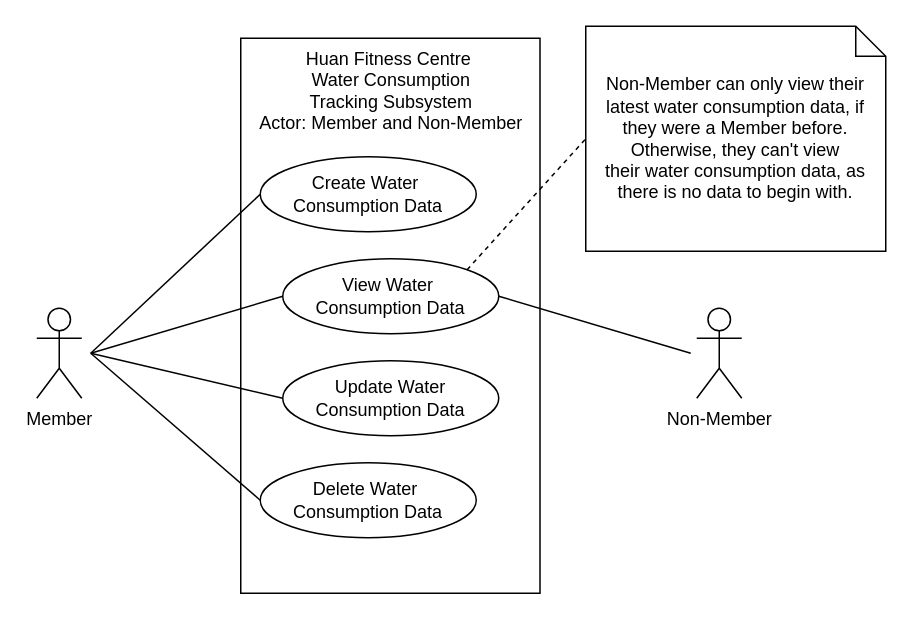
Earlier version of the draw.io diagram page "Water Consumption Tracking" (5 of 8) of diagrams/Use Case Diagram.drawio (iZ86/DIT2153WD). Source tidied: cells renumbered, new cells numbered last; positions are measured from the earlier drawing's top-left corner, leaving out a move shared by most shapes. Both pictures are drawn from the tidied source at 150%, with x=0, y=0 at pixel (36, 26).
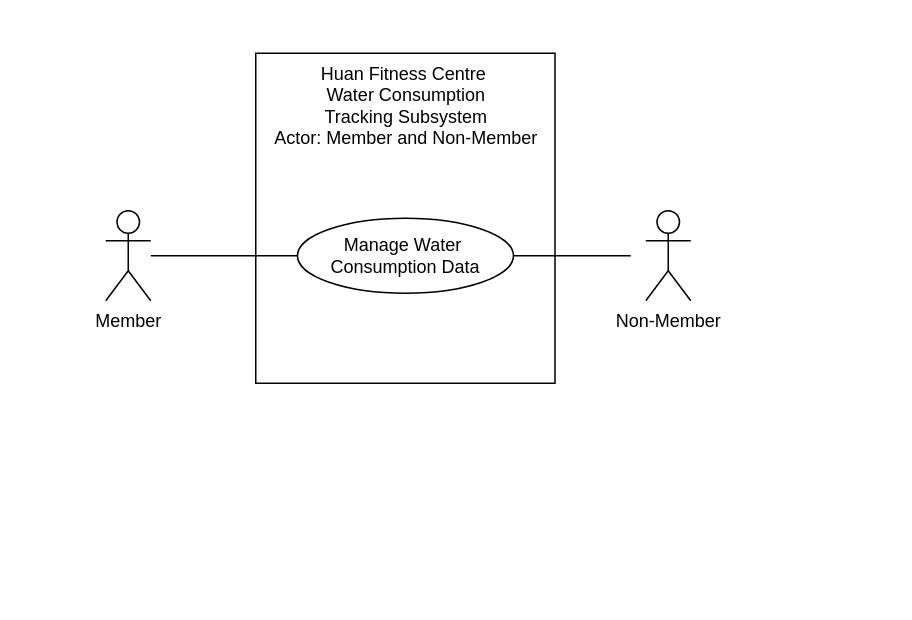
After the change.

Diff of the diagram source:
```diff
@@
-    <mxCell id="2" style="rounded=0;whiteSpace=wrap;html=1;" parent="1" vertex="1">
-      <mxGeometry x="136" y="8" width="199.5" height="370" as="geometry" />
-    </mxCell>
-    <mxCell id="3" value="&lt;div&gt;Create Water&amp;nbsp;&lt;/div&gt;&lt;div&gt;Consumption Data&lt;/div&gt;" style="ellipse;whiteSpace=wrap;html=1;" parent="1" vertex="1">
-      <mxGeometry x="149" y="87" width="144" height="50" as="geometry" />
-    </mxCell>
-    <mxCell id="4" value="&lt;div&gt;View Water&amp;nbsp;&lt;/div&gt;&lt;div&gt;Consumption Data&lt;/div&gt;" style="ellipse;whiteSpace=wrap;html=1;" parent="1" vertex="1">
-      <mxGeometry x="164" y="155" width="144" height="50" as="geometry" />
-    </mxCell>
-    <mxCell id="5" value="Update Water Consumption Data" style="ellipse;whiteSpace=wrap;html=1;" parent="1" vertex="1">
-      <mxGeometry x="164" y="223" width="144" height="50" as="geometry" />
-    </mxCell>
+    <mxCell id="17" style="rounded=0;whiteSpace=wrap;html=1;" parent="1" vertex="1">
+      <mxGeometry x="146" y="18" width="199.5" height="220" as="geometry" />
+    </mxCell>
     <mxCell id="6" value="&lt;div&gt;Huan Fitness Centre&amp;nbsp;&lt;/div&gt;&lt;div&gt;Water Consumption&lt;br&gt;&lt;/div&gt;&lt;div&gt;Tracking Subsystem&lt;/div&gt;&lt;div&gt;Actor: Member and Non-Member&lt;br&gt;&lt;/div&gt;" style="text;html=1;align=center;verticalAlign=middle;strokeColor=none;fillColor=none;" parent="1" vertex="1">
-      <mxGeometry x="136" y="8" width="200" height="70" as="geometry" />
+      <mxGeometry x="146" y="18" width="200" height="70" as="geometry" />
     </mxCell>
-    <mxCell id="7" value="&lt;div&gt;Delete Water&amp;nbsp;&lt;/div&gt;&lt;div&gt;Consumption Data&lt;/div&gt;" style="ellipse;whiteSpace=wrap;html=1;" parent="1" vertex="1">
-      <mxGeometry x="149" y="291" width="144" height="50" as="geometry" />
-    </mxCell>
-    <mxCell id="8" style="rounded=0;jettySize=auto;html=1;entryX=0;entryY=0.5;entryDx=0;entryDy=0;endArrow=none;endFill=0;" parent="1" edge="1" target="3">
-      <mxGeometry relative="1" as="geometry">
-        <mxPoint x="36" y="218" as="sourcePoint" />
-      </mxGeometry>
-    </mxCell>
-    <mxCell id="9" style="rounded=0;jettySize=auto;html=1;entryX=0;entryY=0.5;entryDx=0;entryDy=0;endArrow=none;endFill=0;" parent="1" edge="1" target="4">
-      <mxGeometry relative="1" as="geometry">
-        <mxPoint x="36" y="218" as="sourcePoint" />
-      </mxGeometry>
-    </mxCell>
-    <mxCell id="10" style="rounded=0;jettySize=auto;html=1;entryX=0;entryY=0.5;entryDx=0;entryDy=0;endArrow=none;endFill=0;" parent="1" edge="1" target="5">
-      <mxGeometry relative="1" as="geometry">
-        <mxPoint x="36" y="218" as="sourcePoint" />
-      </mxGeometry>
-    </mxCell>
-    <mxCell id="11" style="rounded=0;jettySize=auto;html=1;entryX=0;entryY=0.5;entryDx=0;entryDy=0;endArrow=none;endFill=0;" parent="1" edge="1" target="7">
-      <mxGeometry relative="1" as="geometry">
-        <mxPoint x="36" y="218" as="sourcePoint" />
-      </mxGeometry>
-    </mxCell>
+    <mxCell id="14" value="Non-Member" style="shape=umlActor;verticalLabelPosition=bottom;verticalAlign=top;html=1;" parent="1" vertex="1">
+      <mxGeometry x="406" y="123" width="30" height="60" as="geometry" />
+    </mxCell>
+    <mxCell id="18" style="rounded=0;jettySize=auto;html=1;endArrow=none;endFill=0;" parent="1" edge="1" source="19">
+      <mxGeometry relative="1" as="geometry">
+        <mxPoint x="396" y="153" as="targetPoint" />
+      </mxGeometry>
+    </mxCell>
+    <mxCell id="19" value="&lt;div&gt;Manage Water&amp;nbsp;&lt;/div&gt;&lt;div&gt;Consumption Data&lt;/div&gt;" style="ellipse;whiteSpace=wrap;html=1;" parent="1" vertex="1">
+      <mxGeometry x="173.8" y="128" width="144" height="50" as="geometry" />
+    </mxCell>
+    <mxCell id="20" style="rounded=0;jettySize=auto;html=1;entryX=0;entryY=0.5;entryDx=0;entryDy=0;endArrow=none;endFill=0;" parent="1" edge="1" target="19">
+      <mxGeometry relative="1" as="geometry">
+        <mxPoint x="76" y="153" as="sourcePoint" />
+      </mxGeometry>
+    </mxCell>
     <mxCell id="12" value="Member" style="shape=umlActor;verticalLabelPosition=bottom;verticalAlign=top;html=1;" parent="1" vertex="1">
-      <mxGeometry y="188" width="30" height="60" as="geometry" />
+      <mxGeometry x="46" y="123" width="30" height="60" as="geometry" />
     </mxCell>
-    <mxCell id="13" style="rounded=0;jettySize=auto;html=1;entryX=1;entryY=0.5;entryDx=0;entryDy=0;endArrow=none;endFill=0;" parent="1" edge="1" target="4">
-      <mxGeometry relative="1" as="geometry">
-        <mxPoint x="436" y="218" as="sourcePoint" />
-      </mxGeometry>
-    </mxCell>
-    <mxCell id="14" value="Non-Member" style="shape=umlActor;verticalLabelPosition=bottom;verticalAlign=top;html=1;" parent="1" vertex="1">
-      <mxGeometry x="440" y="188" width="30" height="60" as="geometry" />
-    </mxCell>
-    <mxCell id="15" value="Non-Member can only view their latest water consumption data, if they were a Member before. Otherwise, they can't view their&amp;nbsp;water consumption data, as there is no data to begin with." style="shape=note;size=20;whiteSpace=wrap;html=1;" parent="1" vertex="1">
-      <mxGeometry x="366" width="200" height="150" as="geometry" />
-    </mxCell>
-    <mxCell id="16" style="rounded=0;jettySize=auto;html=1;entryX=0;entryY=0.5;entryDx=0;entryDy=0;entryPerimeter=0;dashed=1;endArrow=none;endFill=0;exitX=1;exitY=0;exitDx=0;exitDy=0;" parent="1" edge="1" source="4" target="15">
-      <mxGeometry relative="1" as="geometry" />
-    </mxCell>
```
